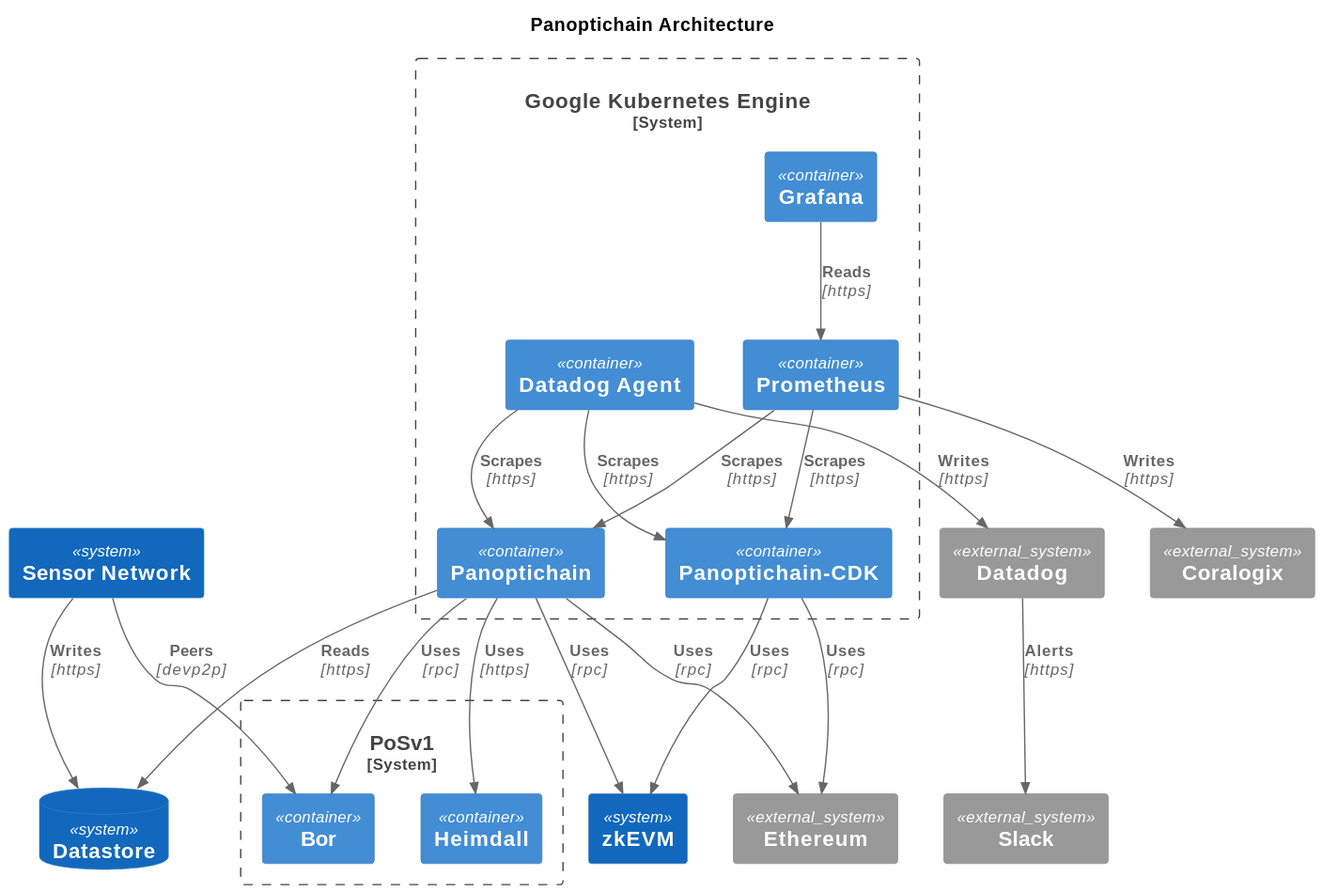
This is docs/architecture.svg from shibaone/panoptichain, a PlantUML export, as it was before one commit.
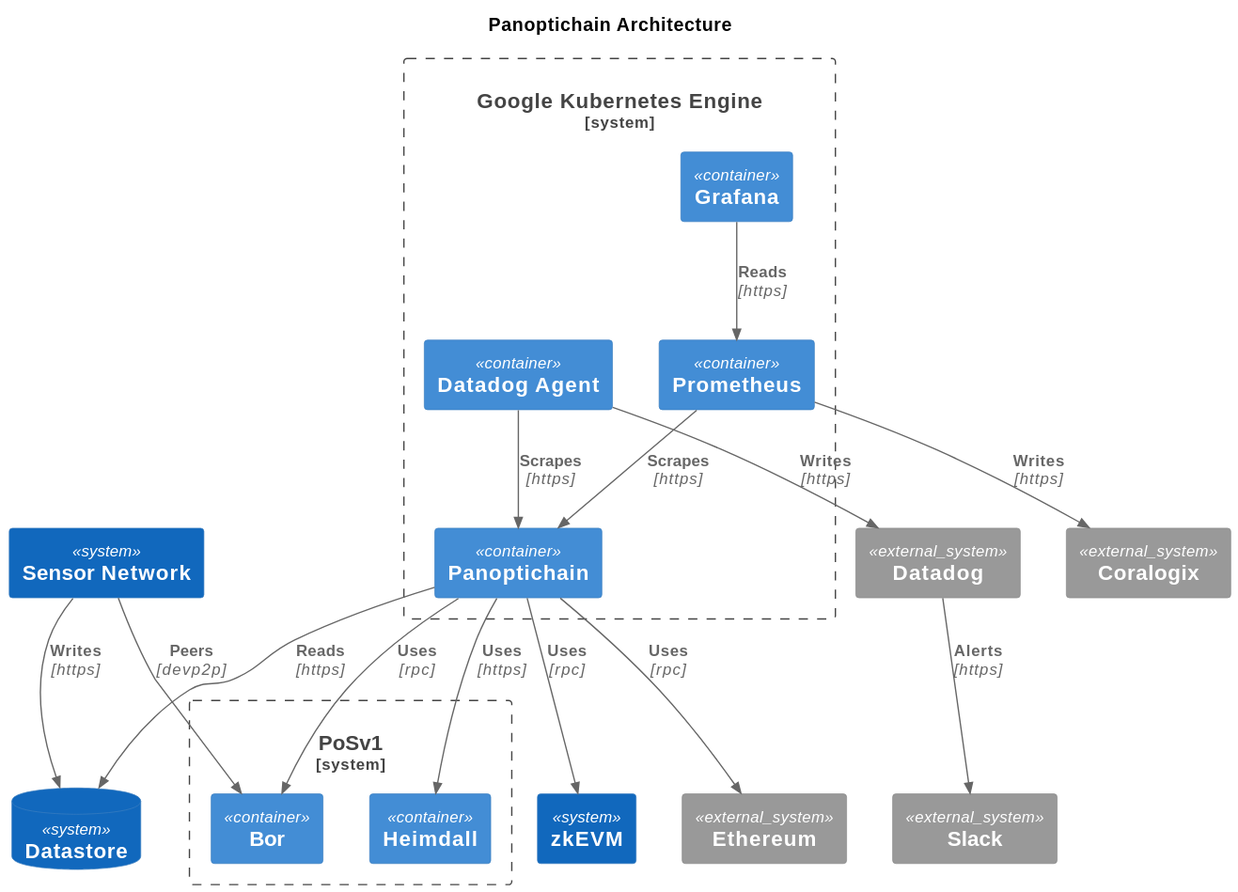
The same file after the commit.

Diff of the diagram source:
```diff
@@ -14,7 +14,6 @@
 
 System_Boundary(gke, "Google Kubernetes Engine") {
   Container(panoptichain, "Panoptichain")
-  Container(panoptichain_cdk, "Panoptichain-CDK")
   Container(dd_agent, "Datadog Agent")
   Container(grafana, "Grafana")
   Container(prometheus, "Prometheus")
@@ -37,9 +36,4 @@
 Rel(prometheus, coralogix, "Writes", "https")
 Rel(datadog, slack, "Alerts", "https")
 Rel(sensor_network, bor, "Peers", "devp2p")
-
-Rel(prometheus, panoptichain_cdk, "Scrapes", "https")
-Rel(dd_agent, panoptichain_cdk, "Scrapes", "https")
-Rel(panoptichain_cdk, zkevm, "Uses", "rpc")
-Rel(panoptichain_cdk, ethereum, "Uses", "rpc")
 @enduml
```
